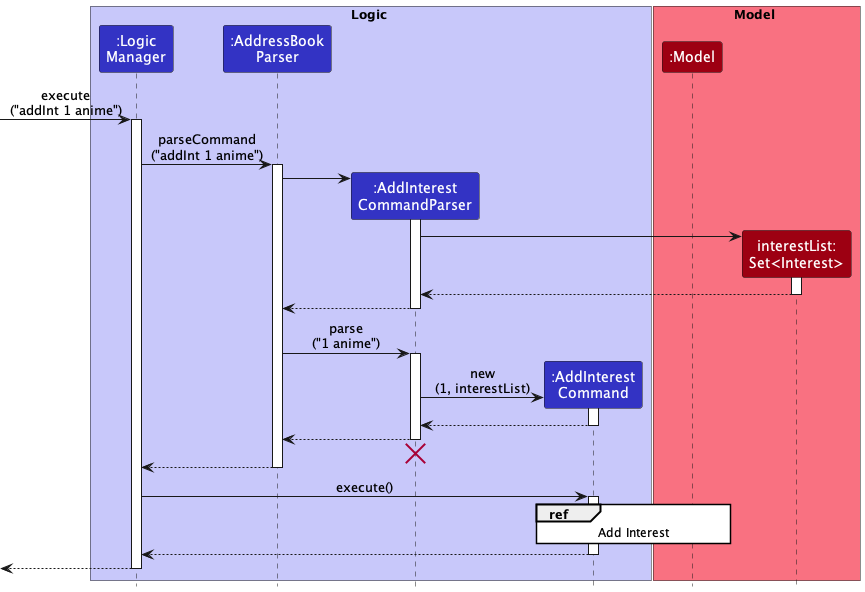
The PlantUML diagram docs/images/AddInterestSequenceDiagram.png in nus-cs2103-AY2223S1/tp, before a commit. The source it was exported from:
```plantuml
@startuml
!include style.puml

skinparam SequenceReferenceBackgroundColor White
box Logic LOGIC_COLOR_T1
participant ":Logic\nManager" as LogicManager LOGIC_COLOR
participant ":AddressBook\nParser" as AddressBookParser LOGIC_COLOR
participant ":AddInterest\nCommandParser" as AddInterestCommandParser LOGIC_COLOR
participant ":AddInterest\nCommand" as AddInterestCommand LOGIC_COLOR
end box

box Model MODEL_COLOR_T1
participant ":Model" as Model MODEL_COLOR
participant "interestList:\nSet<Interest>" as Interest MODEL_COLOR

end box

[-> LogicManager : execute\n("addInt 1 anime")
activate LogicManager

LogicManager -> AddressBookParser : parseCommand\n("addInt 1 anime")
activate AddressBookParser

create AddInterestCommandParser
AddressBookParser -> AddInterestCommandParser
activate AddInterestCommandParser


create Interest
AddInterestCommandParser -> Interest
activate Interest
Interest --> AddInterestCommandParser
deactivate Interest
AddInterestCommandParser --> AddressBookParser
deactivate AddInterestCommandParser

AddressBookParser -> AddInterestCommandParser : parse\n("1 anime")
activate AddInterestCommandParser

create AddInterestCommand
AddInterestCommandParser -> AddInterestCommand: new\n(1, interestList)
activate AddInterestCommand

AddInterestCommand --> AddInterestCommandParser
deactivate AddInterestCommand

AddInterestCommandParser --> AddressBookParser
deactivate AddInterestCommandParser
AddInterestCommandParser -[hidden]-> AddressBookParser
destroy AddInterestCommandParser

AddressBookParser --> LogicManager
deactivate AddressBookParser

LogicManager -> AddInterestCommand : execute()
activate AddInterestCommand

ref over AddInterestCommand, Model : Add Interest

AddInterestCommand --> LogicManager
deactivate AddInterestCommand

[<--LogicManager
deactivate LogicManager
@enduml
```
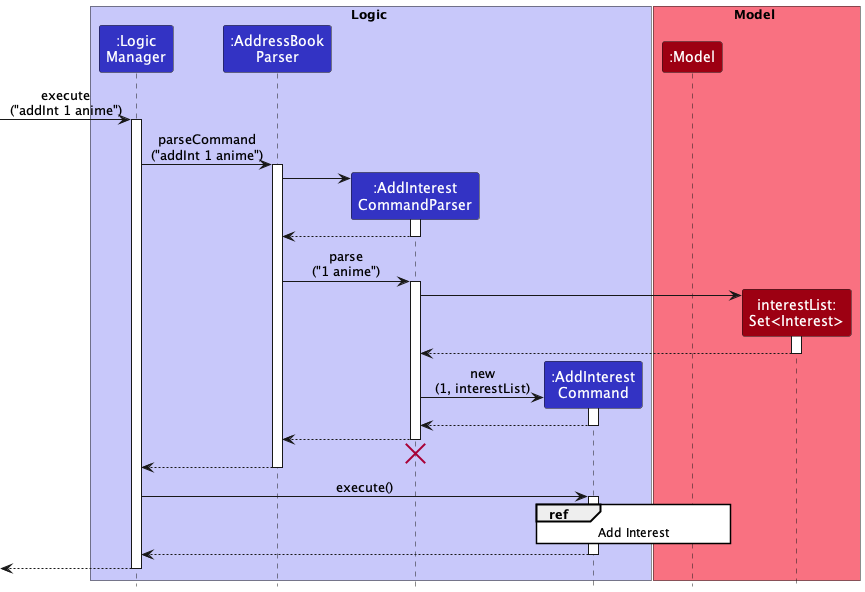
Later version of the same file.

Commit message:
Fix Add Interest Sequence Diagram errors

Diff of the diagram source:
```diff
@@ -24,18 +24,17 @@
 create AddInterestCommandParser
 AddressBookParser -> AddInterestCommandParser
 activate AddInterestCommandParser
+AddInterestCommandParser --> AddressBookParser
+deactivate AddInterestCommandParser
 
-
+AddressBookParser -> AddInterestCommandParser : parse\n("1 anime")
+activate AddInterestCommandParser
 create Interest
 AddInterestCommandParser -> Interest
 activate Interest
 Interest --> AddInterestCommandParser
 deactivate Interest
-AddInterestCommandParser --> AddressBookParser
-deactivate AddInterestCommandParser
 
-AddressBookParser -> AddInterestCommandParser : parse\n("1 anime")
-activate AddInterestCommandParser
 
 create AddInterestCommand
 AddInterestCommandParser -> AddInterestCommand: new\n(1, interestList)
```
